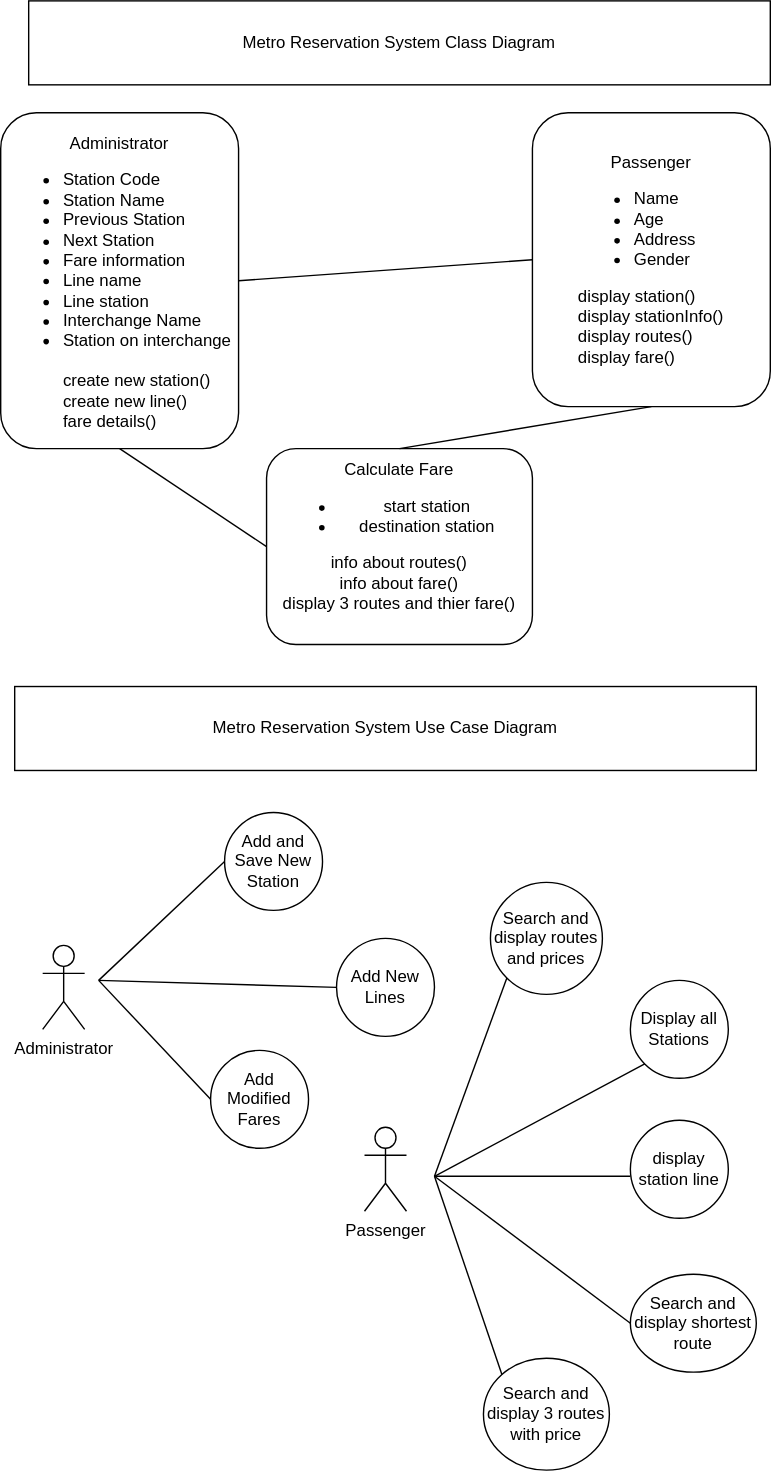
Before: Metro_reservation_system.svg, a diagram exported from draw.io (RidhimaBhandari/Software-Development-). Source tidied: cells renumbered, new cells last; positions are measured from the earlier drawing's top-left corner, leaving out a move shared by most shapes.
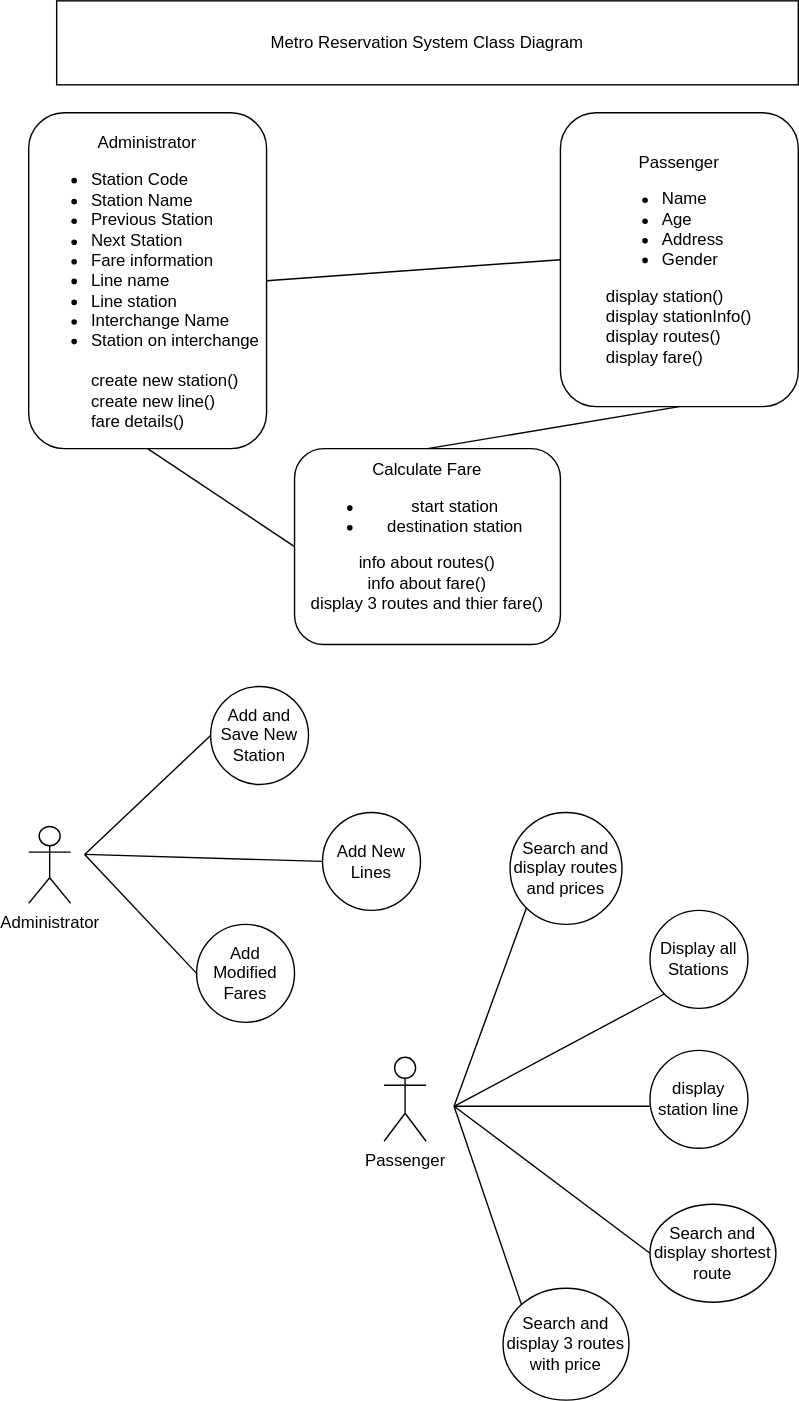
After the change.

What changed in the source:
```diff
@@ -23,78 +23,75 @@
     <mxCell id="8" style="endArrow=none;html=1;rounded=0;fontSize=12;exitX=0.5;exitY=0;exitDx=0;exitDy=0;entryX=0.5;entryY=1;entryDx=0;entryDy=0;" parent="1" edge="1" source="4" target="5">
       <mxGeometry relative="1" as="geometry" />
     </mxCell>
-    <mxCell id="9" value="Metro Reservation System Use Case Diagram" style="rounded=0;whiteSpace=wrap;html=1;fontSize=12;" parent="1" vertex="1">
-      <mxGeometry x="10" y="490" width="530" height="60" as="geometry" />
-    </mxCell>
     <mxCell id="10" value="Administrator" style="shape=umlActor;verticalLabelPosition=bottom;verticalAlign=top;html=1;fontSize=12;" parent="1" vertex="1">
-      <mxGeometry x="30" y="675" width="30" height="60" as="geometry" />
+      <mxGeometry y="590" width="30" height="55" as="geometry" />
     </mxCell>
     <mxCell id="11" value="Passenger&lt;br&gt;" style="shape=umlActor;verticalLabelPosition=bottom;verticalAlign=top;html=1;fontSize=12;" parent="1" vertex="1">
-      <mxGeometry x="260" y="805" width="30" height="60" as="geometry" />
+      <mxGeometry x="254" y="755" width="30" height="60" as="geometry" />
     </mxCell>
     <mxCell id="12" value="Add and Save New Station" style="ellipse;whiteSpace=wrap;html=1;fontSize=12;" parent="1" vertex="1">
-      <mxGeometry x="160" y="580" width="70" height="70" as="geometry" />
+      <mxGeometry x="130" y="490" width="70" height="70" as="geometry" />
     </mxCell>
     <mxCell id="13" value="Add New Lines" style="ellipse;whiteSpace=wrap;html=1;fontSize=12;" parent="1" vertex="1">
-      <mxGeometry x="240" y="670" width="70" height="70" as="geometry" />
+      <mxGeometry x="210" y="580" width="70" height="70" as="geometry" />
     </mxCell>
     <mxCell id="14" value="Add Modified Fares" style="ellipse;whiteSpace=wrap;html=1;fontSize=12;" parent="1" vertex="1">
-      <mxGeometry x="150" y="750" width="70" height="70" as="geometry" />
+      <mxGeometry x="120" y="660" width="70" height="70" as="geometry" />
     </mxCell>
     <mxCell id="15" value="Search and display routes and prices" style="ellipse;whiteSpace=wrap;html=1;fontSize=12;" parent="1" vertex="1">
-      <mxGeometry x="350" y="630" width="80" height="80" as="geometry" />
+      <mxGeometry x="344" y="580" width="80" height="80" as="geometry" />
     </mxCell>
     <mxCell id="16" value="Display all Stations" style="ellipse;whiteSpace=wrap;html=1;fontSize=12;" parent="1" vertex="1">
-      <mxGeometry x="450" y="700" width="70" height="70" as="geometry" />
+      <mxGeometry x="444" y="650" width="70" height="70" as="geometry" />
     </mxCell>
     <mxCell id="17" value="display station line" style="ellipse;whiteSpace=wrap;html=1;fontSize=12;" parent="1" vertex="1">
-      <mxGeometry x="450" y="800" width="70" height="70" as="geometry" />
+      <mxGeometry x="444" y="750" width="70" height="70" as="geometry" />
     </mxCell>
     <mxCell id="18" value="Search and display shortest route" style="ellipse;whiteSpace=wrap;html=1;fontSize=12;" parent="1" vertex="1">
-      <mxGeometry x="450" y="910" width="90" height="70" as="geometry" />
+      <mxGeometry x="444" y="860" width="90" height="70" as="geometry" />
     </mxCell>
     <mxCell id="19" value="Search and display 3 routes with price" style="ellipse;whiteSpace=wrap;html=1;fontSize=12;" parent="1" vertex="1">
-      <mxGeometry x="345" y="970" width="90" height="80" as="geometry" />
+      <mxGeometry x="339" y="920" width="90" height="80" as="geometry" />
     </mxCell>
     <mxCell id="20" style="endArrow=none;html=1;rounded=0;fontSize=12;entryX=0;entryY=0.5;entryDx=0;entryDy=0;" parent="1" edge="1" target="12">
       <mxGeometry relative="1" as="geometry">
-        <mxPoint x="70" y="700" as="sourcePoint" />
+        <mxPoint x="40" y="610" as="sourcePoint" />
       </mxGeometry>
     </mxCell>
     <mxCell id="21" style="endArrow=none;html=1;rounded=0;fontSize=12;entryX=0;entryY=0.5;entryDx=0;entryDy=0;" parent="1" edge="1" target="13">
       <mxGeometry relative="1" as="geometry">
-        <mxPoint x="70" y="700" as="sourcePoint" />
+        <mxPoint x="40" y="610" as="sourcePoint" />
       </mxGeometry>
     </mxCell>
     <mxCell id="22" style="endArrow=none;html=1;rounded=0;fontSize=12;entryX=0;entryY=0.5;entryDx=0;entryDy=0;" parent="1" edge="1" target="14">
       <mxGeometry relative="1" as="geometry">
-        <mxPoint x="70" y="700" as="sourcePoint" />
+        <mxPoint x="40" y="610" as="sourcePoint" />
       </mxGeometry>
     </mxCell>
     <mxCell id="23" style="endArrow=none;html=1;rounded=0;fontSize=12;" parent="1" edge="1">
       <mxGeometry relative="1" as="geometry">
-        <mxPoint x="310" y="840" as="sourcePoint" />
-        <mxPoint x="450" y="840" as="targetPoint" />
+        <mxPoint x="304" y="790" as="sourcePoint" />
+        <mxPoint x="444" y="790" as="targetPoint" />
       </mxGeometry>
     </mxCell>
     <mxCell id="24" style="endArrow=none;html=1;rounded=0;fontSize=12;entryX=0;entryY=0.5;entryDx=0;entryDy=0;" parent="1" edge="1" target="18">
       <mxGeometry relative="1" as="geometry">
-        <mxPoint x="310" y="840" as="sourcePoint" />
+        <mxPoint x="304" y="790" as="sourcePoint" />
       </mxGeometry>
     </mxCell>
     <mxCell id="25" style="endArrow=none;html=1;rounded=0;fontSize=12;entryX=0;entryY=0;entryDx=0;entryDy=0;" parent="1" edge="1" target="19">
       <mxGeometry relative="1" as="geometry">
-        <mxPoint x="310" y="840" as="sourcePoint" />
+        <mxPoint x="304" y="790" as="sourcePoint" />
       </mxGeometry>
     </mxCell>
     <mxCell id="26" style="endArrow=none;html=1;rounded=0;fontSize=12;entryX=0;entryY=1;entryDx=0;entryDy=0;" parent="1" edge="1" target="16">
       <mxGeometry relative="1" as="geometry">
-        <mxPoint x="310" y="840" as="sourcePoint" />
+        <mxPoint x="304" y="790" as="sourcePoint" />
       </mxGeometry>
     </mxCell>
     <mxCell id="27" style="endArrow=none;html=1;rounded=0;fontSize=12;entryX=0;entryY=1;entryDx=0;entryDy=0;" parent="1" edge="1" target="15">
       <mxGeometry relative="1" as="geometry">
-        <mxPoint x="310" y="840" as="sourcePoint" />
+        <mxPoint x="304" y="790" as="sourcePoint" />
       </mxGeometry>
     </mxCell>
   </root>
```
